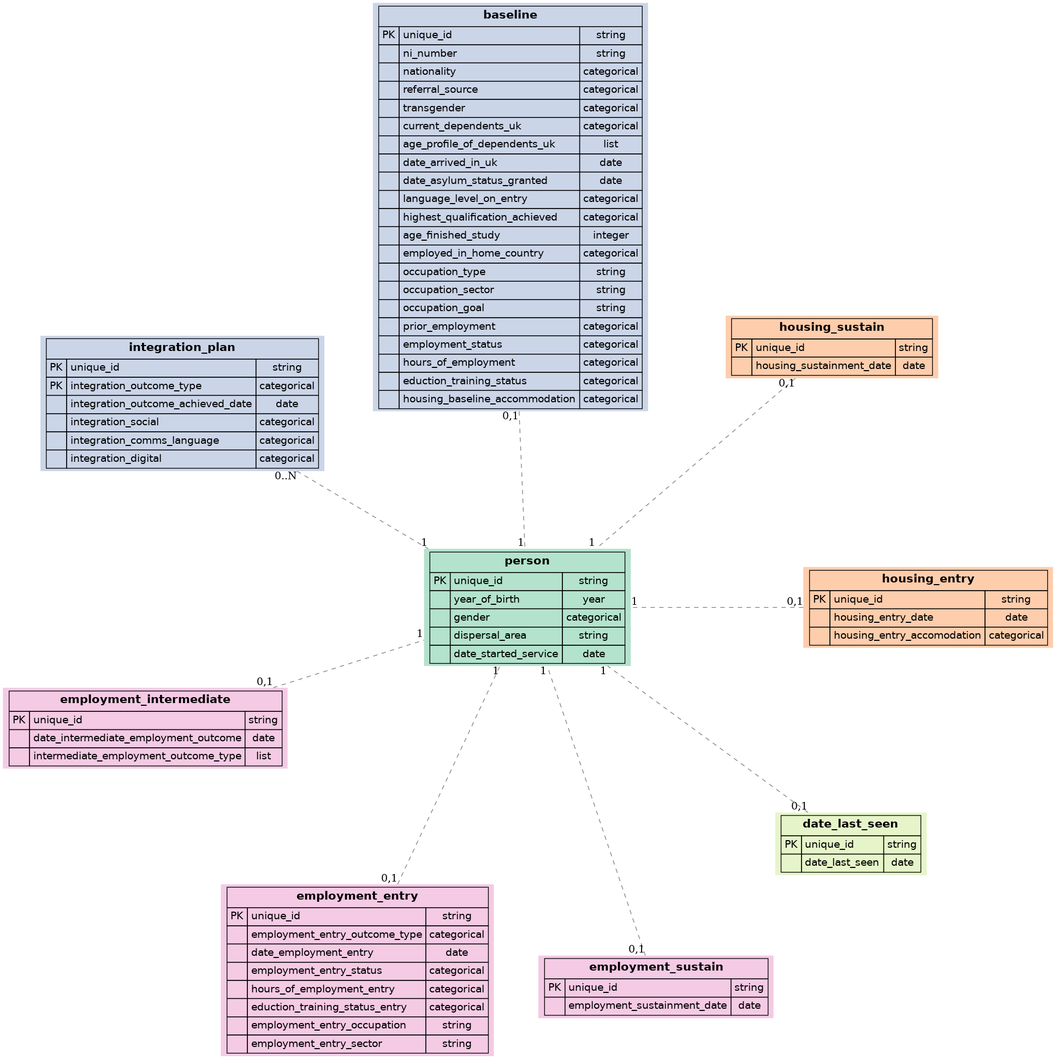
Above: assets/spec/record-relationships.png in SocialFinanceDigitalLabs/RTOF-specification (Graphviz), before the change. Its source is kept beside it as assets/spec/record-relationships.dot.
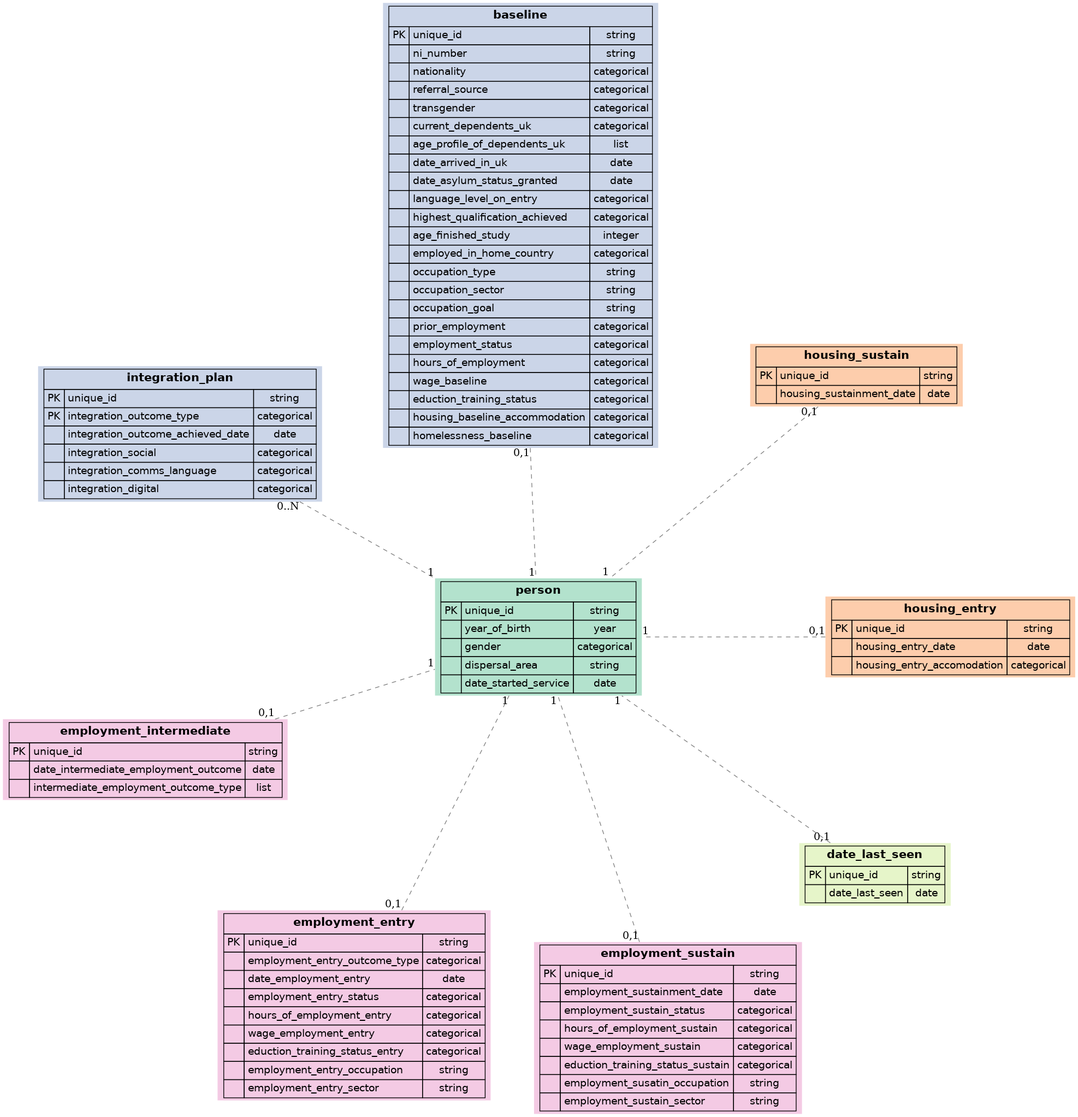
Above is the later version.

Diff of the diagram source:
```diff
@@ -193,12 +193,22 @@
         </TR>
         <TR>
             <TD></TD>
+            <TD ALIGN="LEFT">wage_baseline</TD>
+            <TD ALIGN="CENTER">categorical</TD>
+        </TR>
+        <TR>
+            <TD></TD>
             <TD ALIGN="LEFT">eduction_training_status</TD>
             <TD ALIGN="CENTER">categorical</TD>
         </TR>
         <TR>
             <TD></TD>
             <TD ALIGN="LEFT">housing_baseline_accommodation</TD>
+            <TD ALIGN="CENTER">categorical</TD>
+        </TR>
+        <TR>
+            <TD></TD>
+            <TD ALIGN="LEFT">homelessness_baseline</TD>
             <TD ALIGN="CENTER">categorical</TD>
         </TR>
     </TABLE>
@@ -303,6 +313,11 @@
         </TR>
         <TR>
             <TD></TD>
+            <TD ALIGN="LEFT">wage_employment_entry</TD>
+            <TD ALIGN="CENTER">categorical</TD>
+        </TR>
+        <TR>
+            <TD></TD>
             <TD ALIGN="LEFT">eduction_training_status_entry</TD>
             <TD ALIGN="CENTER">categorical</TD>
         </TR>
@@ -335,6 +350,36 @@
             <TD></TD>
             <TD ALIGN="LEFT">employment_sustainment_date</TD>
             <TD ALIGN="CENTER">date</TD>
+        </TR>
+        <TR>
+            <TD></TD>
+            <TD ALIGN="LEFT">employment_sustain_status</TD>
+            <TD ALIGN="CENTER">categorical</TD>
+        </TR>
+        <TR>
+            <TD></TD>
+            <TD ALIGN="LEFT">hours_of_employment_sustain</TD>
+            <TD ALIGN="CENTER">categorical</TD>
+        </TR>
+        <TR>
+            <TD></TD>
+            <TD ALIGN="LEFT">wage_employment_sustain</TD>
+            <TD ALIGN="CENTER">categorical</TD>
+        </TR>
+        <TR>
+            <TD></TD>
+            <TD ALIGN="LEFT">eduction_training_status_sustain</TD>
+            <TD ALIGN="CENTER">categorical</TD>
+        </TR>
+        <TR>
+            <TD></TD>
+            <TD ALIGN="LEFT">employment_susatin_occupation</TD>
+            <TD ALIGN="CENTER">string</TD>
+        </TR>
+        <TR>
+            <TD></TD>
+            <TD ALIGN="LEFT">employment_sustain_sector</TD>
+            <TD ALIGN="CENTER">string</TD>
         </TR>
     </TABLE>
 </FONT>>];
```
